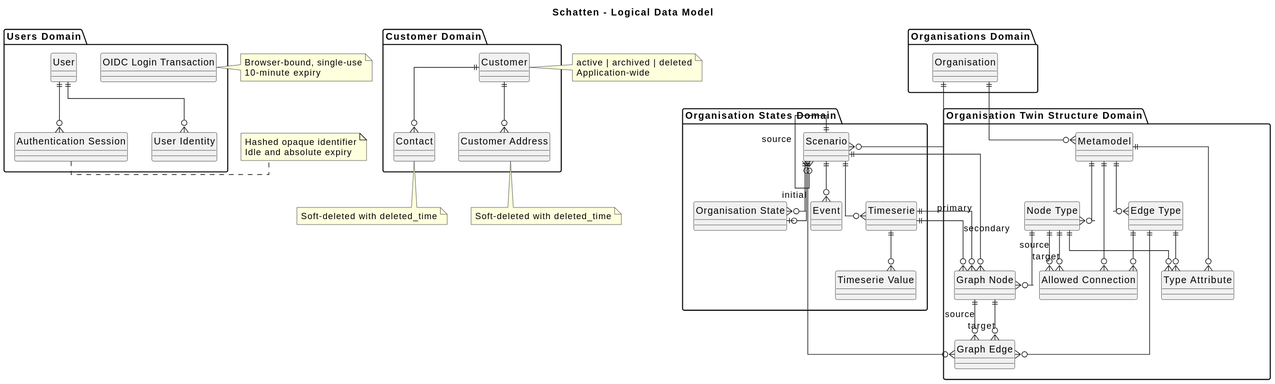
Before: docs/diagrams/generated/data-logical-model.svg, a diagram exported from PlantUML (lupaus-eu/shadow).
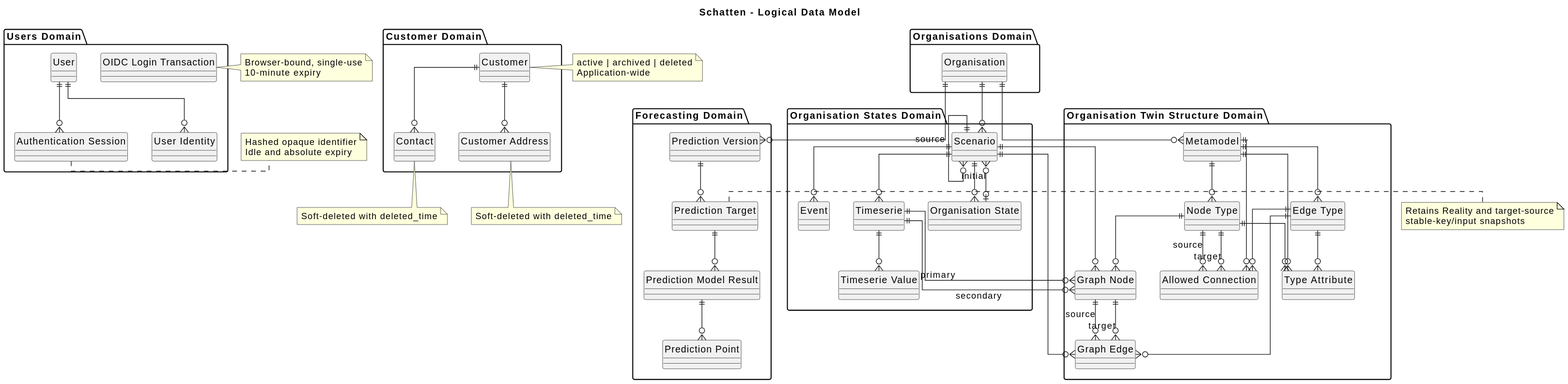
The same diagram one commit later.

What changed in the source:
```diff
@@ -34,6 +34,13 @@
   entity "Graph Edge" as graph_edge
 }
 
+package "Forecasting Domain" {
+  entity "Prediction Version" as prediction_version
+  entity "Prediction Target" as prediction_target
+  entity "Prediction Model Result" as prediction_model_result
+  entity "Prediction Point" as prediction_point
+}
+
 package "Customer Domain" {
   entity "Customer" as customer
   entity "Contact" as contact
@@ -63,6 +70,10 @@
 graph_node ||--o{ graph_edge : source
 graph_node ||--o{ graph_edge : target
 timeserie ||--o{ timeserie_value
+organisation ||--o{ prediction_version
+prediction_version ||--o{ prediction_target
+prediction_target ||--o{ prediction_model_result
+prediction_model_result ||--o{ prediction_point
 timeserie ||--o{ graph_node : primary
 timeserie ||--o{ graph_node : secondary
 customer ||--o{ contact
@@ -92,4 +103,9 @@
 note bottom of customer_address
   Soft-deleted with deleted_time
 end note
+
+note right of prediction_target
+  Retains Reality and target-source
+  stable-key/input snapshots
+end note
 @enduml
```
